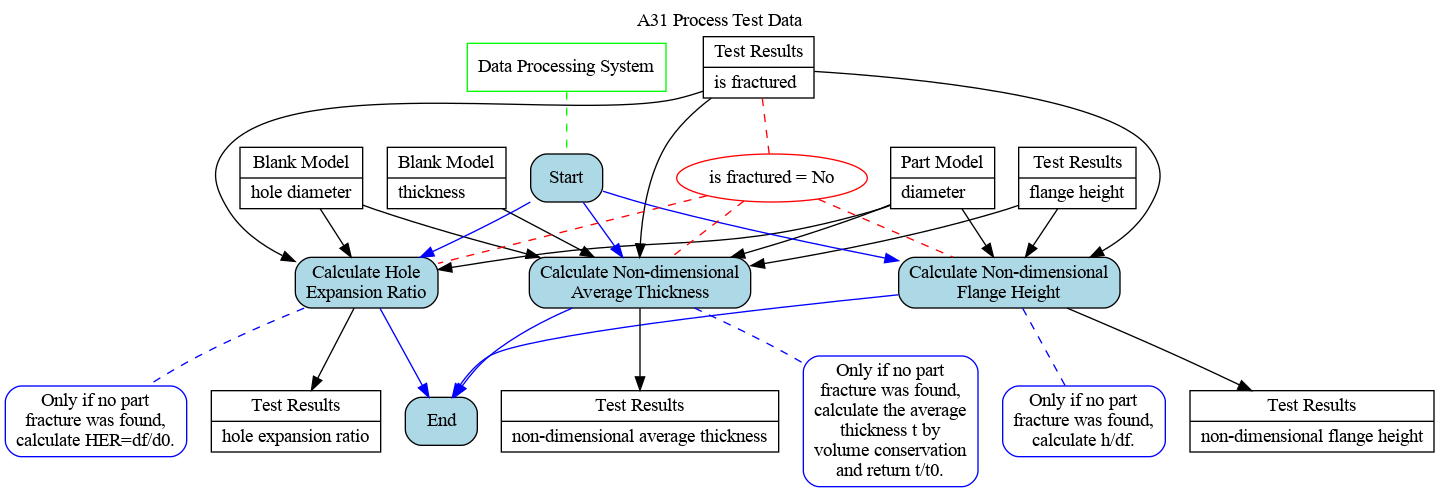
This is Ontology_Layer/Behaviour_Model/07_A31.gv.png from ModelsforManufacturing/hole-flanging-by-SPIF-in-a-single-stage, a Graphviz export, as it was before one commit. Its source is kept beside it as Ontology_Layer/Behaviour_Model/07_A31.gv. Source of this version:
```dot
digraph behaviourmodel {

labelloc="t"
label="A31 Process Test Data"

node [shape=record, style=filled, fillcolor=white, color=black]
t0 [label="{Blank Model|thickness\l}"];
d0 [label="{Blank Model|hole diameter\l}"];
part [label="{Part Model|diameter\l}"];
h [label="{Test Results|flange height\l}"];
frac [label="{Test Results|is fractured\l}"];
her [label="{Test Results|hole expansion ratio\l}"];
h_df [label="{Test Results|non-dimensional flange height\l}"];
t_t0 [label="{Test Results|non-dimensional average thickness\l}"];

node [shape=box, style=filled, fillcolor=white, color=green]
m1 [label="Data Processing System"]

node [shape=box, style="filled, rounded", fillcolor=lightblue, color=black]
Start
t1 [label="Calculate Hole\nExpansion Ratio"]
t2 [label="Calculate Non-dimensional\nFlange Height"]
t3 [label="Calculate Non-dimensional\nAverage Thickness"]
End

node [shape=box, style="filled, rounded", fillcolor=white, color=blue]
r1 [label="Only if no part\nfracture was found,\ncalculate HER=df/d0."]
r2 [label="Only if no part\nfracture was found,\ncalculate h/df."]
r3 [label="Only if no part\nfracture was found,\ncalculate the average\nthickness t by\nvolume conservation\nand return t/t0."]

edge [dir=none, color=blue, style=dashed]
t1 -> r1
t2 -> r2
t3 -> r3

edge [dir=forward, color=blue, fontcolor=blue, style=solid]
Start -> {t1, t2, t3} -> End

edge [dir=none, color=green, style=dashed]
m1 -> Start

edge [dir=forward, color=black, fontcolor=black, style=solid]
{d0, part, frac} -> t1 -> her
{part, frac, h} -> t2 -> h_df
{d0, t0, part, frac, h} -> t3 -> t_t0

node [shape=ellipse, style=filled, fillcolor=white, color=red]
c1 [label="is fractured = No"]

edge [dir=none, color=red, style=dashed]
frac -> c1 -> {t1, t2, t3}

}
```
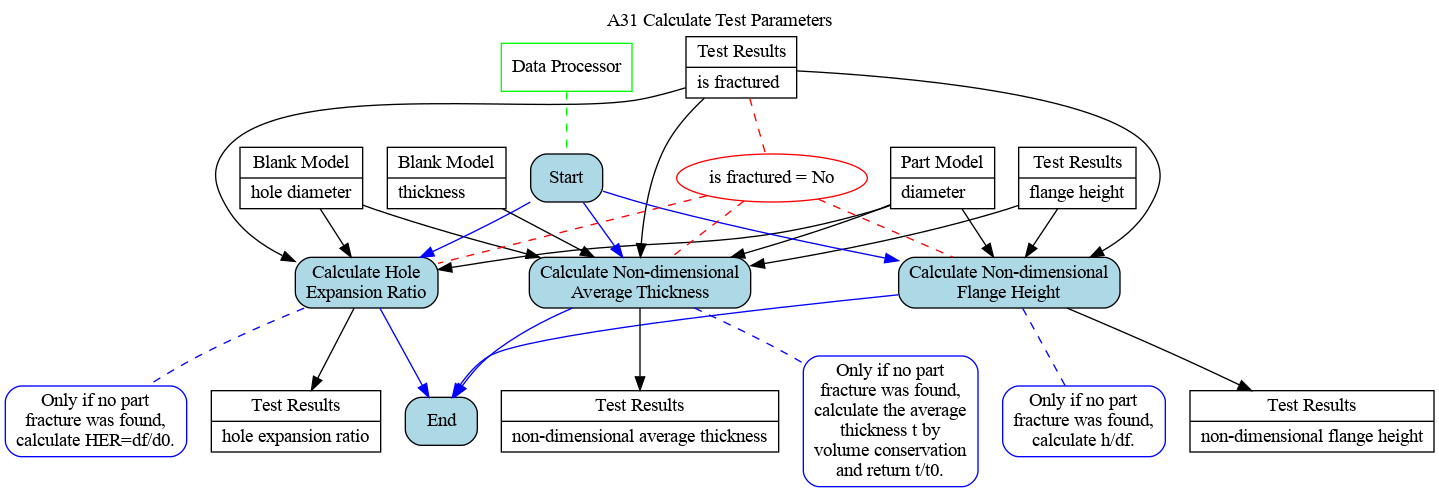
Later version of the same file.

Change to the diagram source:
```diff
@@ -1,7 +1,7 @@
 digraph behaviourmodel {
 
 labelloc="t"
-label="A31 Process Test Data"
+label="A31 Calculate Test Parameters"
 
 node [shape=record, style=filled, fillcolor=white, color=black]
 t0 [label="{Blank Model|thickness\l}"];
@@ -14,7 +14,7 @@
 t_t0 [label="{Test Results|non-dimensional average thickness\l}"];
 
 node [shape=box, style=filled, fillcolor=white, color=green]
-m1 [label="Data Processing System"]
+m1 [label="Data Processor"]
 
 node [shape=box, style="filled, rounded", fillcolor=lightblue, color=black]
 Start
```
